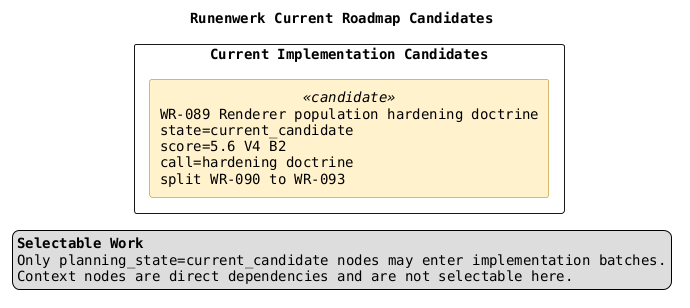
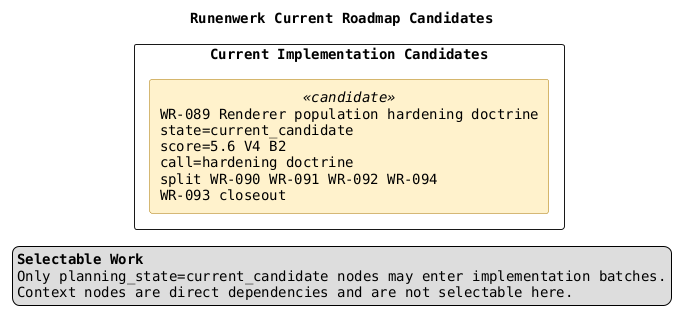
@startuml
title Runenwerk Current Roadmap Candidates

top to bottom direction
skinparam componentStyle rectangle
skinparam shadowing false
skinparam packageStyle rectangle
skinparam defaultFontName Monospaced

skinparam component {
  BackgroundColor<<candidate>> #FFF2CC
  BorderColor<<candidate>> #AA7700
  BackgroundColor<<context>> #EEEEEE
  BorderColor<<context>> #666666
  FontColor<<context>> #666666
}

legend right
  <b>Selectable Work</b>
  Only planning_state=current_candidate nodes may enter implementation batches.
  Context nodes are direct dependencies and are not selectable here.
endlegend

package "Current Implementation Candidates" {
-   component "WR-089 Renderer population hardening doctrine\nstate=current_candidate\nscore=5.6 V4 B2\ncall=hardening doctrine\nsplit WR-090 to WR-093" as RENDERPOPHARDEN <<candidate>>
+   component "WR-089 Renderer population hardening doctrine\nstate=current_candidate\nscore=5.6 V4 B2\ncall=hardening doctrine\nsplit WR-090 WR-091 WR-092 WR-094\nWR-093 closeout" as RENDERPOPHARDEN <<candidate>>

}


@enduml
